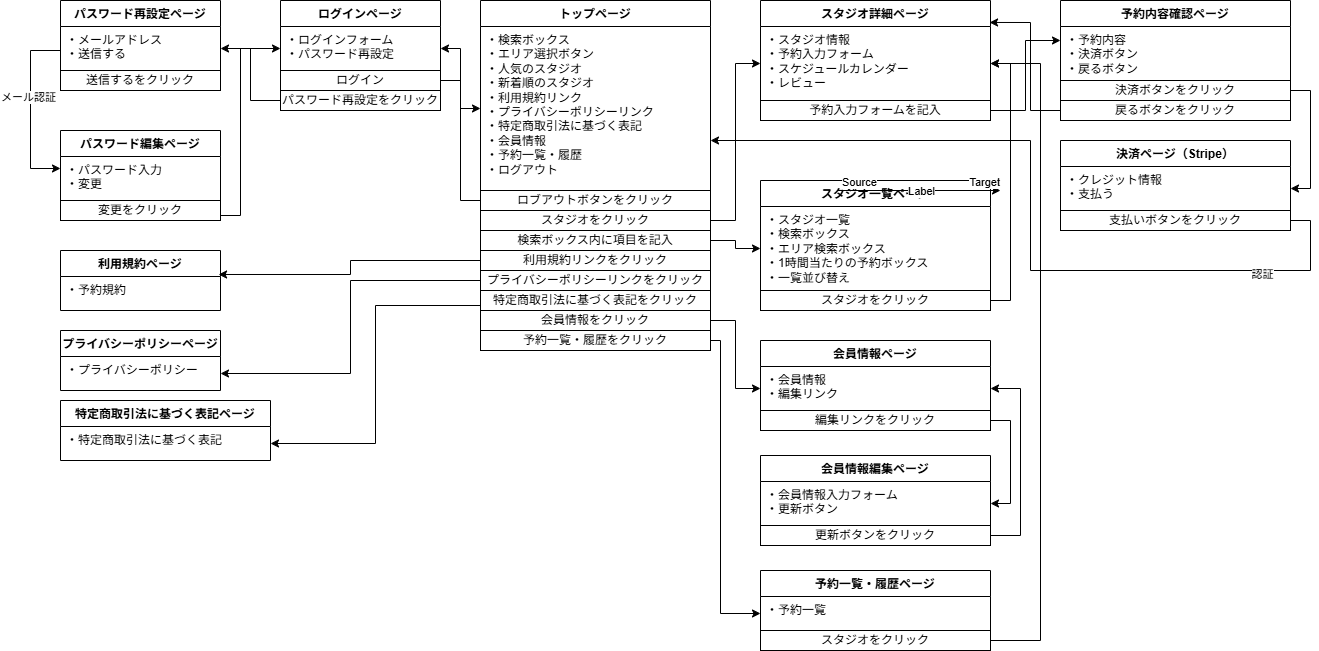
Above: docs/diagrams/state_user.drawio.png in fewioaghwrao/studio_book (draw.io), before the change. Source tidied: cells renumbered, new cells last; positions are measured from the earlier drawing's top-left corner, leaving out a move shared by most shapes.
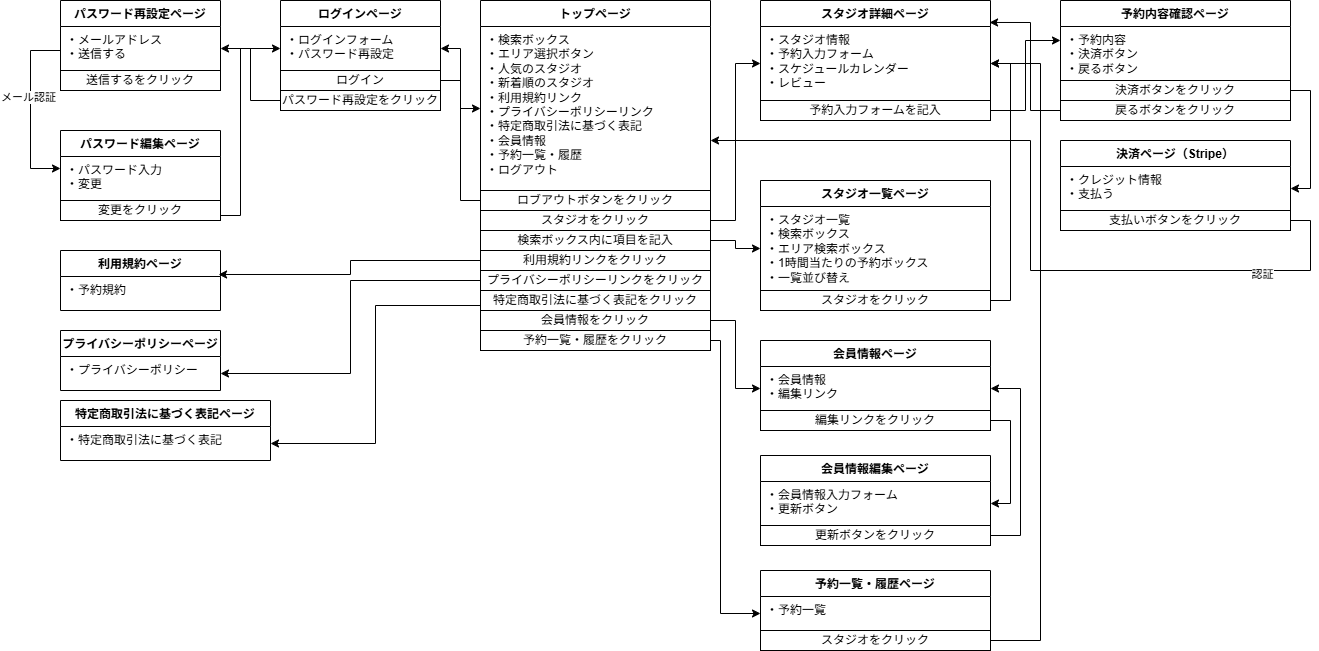
After the commit.

Change to the diagram source:
```diff
@@ -231,21 +231,6 @@
     <mxCell id="67" value="支払いボタンをクリック" style="html=1;whiteSpace=wrap;" parent="65" vertex="1">
       <mxGeometry y="70" width="230" height="20" as="geometry" />
     </mxCell>
-    <mxCell id="68" style="endArrow=classic;html=1;rounded=0;" parent="1" edge="1">
-      <mxGeometry relative="1" as="geometry">
-        <mxPoint x="810" y="190" as="sourcePoint" />
-        <mxPoint x="970" y="190" as="targetPoint" />
-      </mxGeometry>
-    </mxCell>
-    <mxCell id="69" value="Label" style="edgeLabel;html=1;align=center;verticalAlign=middle;" parent="68" vertex="1">
-      <mxGeometry relative="1" as="geometry" />
-    </mxCell>
-    <mxCell id="70" value="Source" style="edgeLabel;html=1;align=left;verticalAlign=bottom;" parent="68" vertex="1">
-      <mxGeometry x="-1" relative="1" as="geometry" />
-    </mxCell>
-    <mxCell id="71" value="Target" style="edgeLabel;html=1;align=right;verticalAlign=bottom;" parent="68" vertex="1">
-      <mxGeometry x="1" relative="1" as="geometry" />
-    </mxCell>
     <mxCell id="72" style="edgeStyle=orthogonalEdgeStyle;rounded=0;jettySize=auto;html=1;exitX=1;exitY=0.5;exitDx=0;exitDy=0;" parent="1" edge="1" source="67" target="7">
       <mxGeometry relative="1" as="geometry">
         <Array as="points">
```
